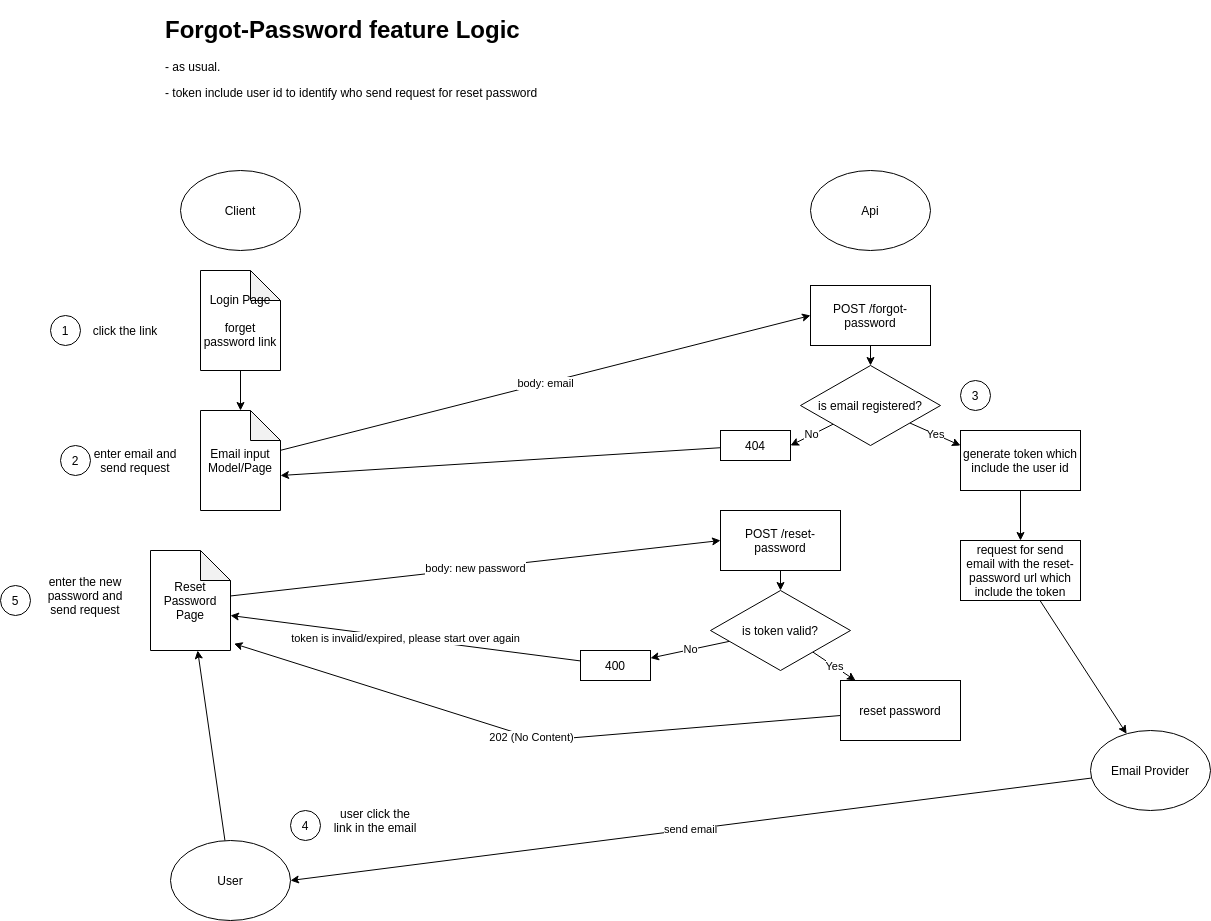
Earlier version of the draw.io export Forget_Password_Feature_Logic.PNG (stsiwo/sts_blogs). Source tidied: cells renumbered, new cells last; positions are measured from the earlier drawing's top-left corner, leaving out a move shared by most shapes. Its diagram source:
```xml
<mxGraphModel>
  <root>
    <mxCell id="0" />
    <mxCell id="1" parent="0" />
    <mxCell id="2" value="&lt;h1&gt;Forgot-Password feature Logic&lt;/h1&gt;&lt;p&gt;- as usual.&lt;/p&gt;&lt;p&gt;- token include user id to identify who send request for reset password&lt;/p&gt;" style="text;html=1;strokeColor=none;fillColor=none;spacing=5;spacingTop=-20;whiteSpace=wrap;overflow=hidden;rounded=0;" parent="1" vertex="1">
      <mxGeometry x="160" width="400" height="120" as="geometry" />
    </mxCell>
    <mxCell id="3" value="Client" style="ellipse;whiteSpace=wrap;html=1;" parent="1" vertex="1">
      <mxGeometry x="180" y="160" width="120" height="80" as="geometry" />
    </mxCell>
    <mxCell id="4" value="Api" style="ellipse;whiteSpace=wrap;html=1;" parent="1" vertex="1">
      <mxGeometry x="810" y="160" width="120" height="80" as="geometry" />
    </mxCell>
    <mxCell id="5" style="edgeStyle=orthogonalEdgeStyle;rounded=0;jettySize=auto;html=1;" parent="1" edge="1" source="6" target="8">
      <mxGeometry relative="1" as="geometry" />
    </mxCell>
    <mxCell id="6" value="Login Page&lt;br&gt;&lt;br&gt;forget password link" style="shape=note;whiteSpace=wrap;html=1;backgroundOutline=1;darkOpacity=0.05;" parent="1" vertex="1">
      <mxGeometry x="200" y="260" width="80" height="100" as="geometry" />
    </mxCell>
    <mxCell id="7" value="body: email" style="rounded=0;jettySize=auto;html=1;entryX=0;entryY=0.5;entryDx=0;entryDy=0;" parent="1" edge="1" source="8" target="14">
      <mxGeometry relative="1" as="geometry" />
    </mxCell>
    <mxCell id="8" value="Email input Model/Page" style="shape=note;whiteSpace=wrap;html=1;backgroundOutline=1;darkOpacity=0.05;" parent="1" vertex="1">
      <mxGeometry x="200" y="400" width="80" height="100" as="geometry" />
    </mxCell>
    <mxCell id="9" value="1" style="ellipse;whiteSpace=wrap;html=1;" parent="1" vertex="1">
      <mxGeometry x="50" y="305" width="30" height="30" as="geometry" />
    </mxCell>
    <mxCell id="10" value="click the link" style="text;html=1;strokeColor=none;fillColor=none;align=center;verticalAlign=middle;whiteSpace=wrap;rounded=0;" parent="1" vertex="1">
      <mxGeometry x="80" y="310" width="90" height="20" as="geometry" />
    </mxCell>
    <mxCell id="11" value="2" style="ellipse;whiteSpace=wrap;html=1;" parent="1" vertex="1">
      <mxGeometry x="60" y="435" width="30" height="30" as="geometry" />
    </mxCell>
    <mxCell id="12" value="enter email and send request" style="text;html=1;strokeColor=none;fillColor=none;align=center;verticalAlign=middle;whiteSpace=wrap;rounded=0;" parent="1" vertex="1">
      <mxGeometry x="90" y="440" width="90" height="20" as="geometry" />
    </mxCell>
    <mxCell id="13" style="edgeStyle=none;rounded=0;jettySize=auto;html=1;" parent="1" edge="1" source="14" target="17">
      <mxGeometry relative="1" as="geometry" />
    </mxCell>
    <mxCell id="14" value="POST /forgot-password" style="rounded=0;whiteSpace=wrap;html=1;" parent="1" vertex="1">
      <mxGeometry x="810" y="275" width="120" height="60" as="geometry" />
    </mxCell>
    <mxCell id="15" value="No" style="edgeStyle=none;rounded=0;jettySize=auto;html=1;entryX=1;entryY=0.5;entryDx=0;entryDy=0;" parent="1" edge="1" source="17" target="19">
      <mxGeometry relative="1" as="geometry" />
    </mxCell>
    <mxCell id="16" value="Yes" style="edgeStyle=none;rounded=0;jettySize=auto;html=1;entryX=0;entryY=0.25;entryDx=0;entryDy=0;" parent="1" edge="1" source="17" target="21">
      <mxGeometry relative="1" as="geometry" />
    </mxCell>
    <mxCell id="17" value="is email registered?" style="rhombus;whiteSpace=wrap;html=1;" parent="1" vertex="1">
      <mxGeometry x="800" y="355" width="140" height="80" as="geometry" />
    </mxCell>
    <mxCell id="18" style="edgeStyle=none;rounded=0;jettySize=auto;html=1;entryX=0;entryY=0;entryDx=80;entryDy=65;entryPerimeter=0;" parent="1" edge="1" source="19" target="8">
      <mxGeometry relative="1" as="geometry" />
    </mxCell>
    <mxCell id="19" value="404" style="rounded=0;whiteSpace=wrap;html=1;" parent="1" vertex="1">
      <mxGeometry x="720" y="420" width="70" height="30" as="geometry" />
    </mxCell>
    <mxCell id="20" style="edgeStyle=none;rounded=0;jettySize=auto;html=1;" parent="1" edge="1" source="21" target="23">
      <mxGeometry relative="1" as="geometry" />
    </mxCell>
    <mxCell id="21" value="generate token which include the user id" style="rounded=0;whiteSpace=wrap;html=1;" parent="1" vertex="1">
      <mxGeometry x="960" y="420" width="120" height="60" as="geometry" />
    </mxCell>
    <mxCell id="22" style="edgeStyle=none;rounded=0;jettySize=auto;html=1;" parent="1" edge="1" source="23" target="25">
      <mxGeometry relative="1" as="geometry" />
    </mxCell>
    <mxCell id="23" value="request for send email with the reset-password url which include the token" style="rounded=0;whiteSpace=wrap;html=1;" parent="1" vertex="1">
      <mxGeometry x="960" y="530" width="120" height="60" as="geometry" />
    </mxCell>
    <mxCell id="24" value="send email" style="edgeStyle=none;rounded=0;jettySize=auto;html=1;entryX=1;entryY=0.5;entryDx=0;entryDy=0;" parent="1" edge="1" source="25" target="27">
      <mxGeometry relative="1" as="geometry" />
    </mxCell>
    <mxCell id="25" value="Email Provider" style="ellipse;whiteSpace=wrap;html=1;" parent="1" vertex="1">
      <mxGeometry x="1090" y="720" width="120" height="80" as="geometry" />
    </mxCell>
    <mxCell id="26" style="edgeStyle=none;rounded=0;jettySize=auto;html=1;" parent="1" edge="1" source="27" target="29">
      <mxGeometry relative="1" as="geometry" />
    </mxCell>
    <mxCell id="27" value="User" style="ellipse;whiteSpace=wrap;html=1;" parent="1" vertex="1">
      <mxGeometry x="170" y="830" width="120" height="80" as="geometry" />
    </mxCell>
    <mxCell id="28" value="body: new password" style="edgeStyle=none;rounded=0;jettySize=auto;html=1;entryX=0;entryY=0.5;entryDx=0;entryDy=0;" parent="1" edge="1" source="29" target="36">
      <mxGeometry relative="1" as="geometry" />
    </mxCell>
    <mxCell id="29" value="Reset Password Page" style="shape=note;whiteSpace=wrap;html=1;backgroundOutline=1;darkOpacity=0.05;" parent="1" vertex="1">
      <mxGeometry x="150" y="540" width="80" height="100" as="geometry" />
    </mxCell>
    <mxCell id="30" value="3" style="ellipse;whiteSpace=wrap;html=1;" parent="1" vertex="1">
      <mxGeometry x="960" y="370" width="30" height="30" as="geometry" />
    </mxCell>
    <mxCell id="31" value="4" style="ellipse;whiteSpace=wrap;html=1;" parent="1" vertex="1">
      <mxGeometry x="290" y="800" width="30" height="30" as="geometry" />
    </mxCell>
    <mxCell id="32" value="user click the link in the email" style="text;html=1;strokeColor=none;fillColor=none;align=center;verticalAlign=middle;whiteSpace=wrap;rounded=0;" parent="1" vertex="1">
      <mxGeometry x="330" y="800" width="90" height="20" as="geometry" />
    </mxCell>
    <mxCell id="33" value="5" style="ellipse;whiteSpace=wrap;html=1;" parent="1" vertex="1">
      <mxGeometry y="575" width="30" height="30" as="geometry" />
    </mxCell>
    <mxCell id="34" value="enter the new password and send request" style="text;html=1;strokeColor=none;fillColor=none;align=center;verticalAlign=middle;whiteSpace=wrap;rounded=0;" parent="1" vertex="1">
      <mxGeometry x="40" y="575" width="90" height="20" as="geometry" />
    </mxCell>
    <mxCell id="35" style="edgeStyle=none;rounded=0;jettySize=auto;html=1;" parent="1" edge="1" source="36" target="39">
      <mxGeometry relative="1" as="geometry" />
    </mxCell>
    <mxCell id="36" value="POST /reset-password" style="rounded=0;whiteSpace=wrap;html=1;" parent="1" vertex="1">
      <mxGeometry x="720" y="500" width="120" height="60" as="geometry" />
    </mxCell>
    <mxCell id="37" value="No" style="edgeStyle=none;rounded=0;jettySize=auto;html=1;" parent="1" edge="1" source="39" target="41">
      <mxGeometry relative="1" as="geometry" />
    </mxCell>
    <mxCell id="38" value="Yes" style="edgeStyle=none;rounded=0;jettySize=auto;html=1;" parent="1" edge="1" source="39" target="43">
      <mxGeometry relative="1" as="geometry" />
    </mxCell>
    <mxCell id="39" value="is token valid?" style="rhombus;whiteSpace=wrap;html=1;" parent="1" vertex="1">
      <mxGeometry x="710" y="580" width="140" height="80" as="geometry" />
    </mxCell>
    <mxCell id="40" value="token is invalid/expired, please start over again" style="edgeStyle=none;rounded=0;jettySize=auto;html=1;entryX=0;entryY=0;entryDx=80;entryDy=65;entryPerimeter=0;" parent="1" edge="1" source="41" target="29">
      <mxGeometry relative="1" as="geometry" />
    </mxCell>
    <mxCell id="41" value="400" style="rounded=0;whiteSpace=wrap;html=1;" parent="1" vertex="1">
      <mxGeometry x="580" y="640" width="70" height="30" as="geometry" />
    </mxCell>
    <mxCell id="42" value="202 (No Content)" style="edgeStyle=none;rounded=0;jettySize=auto;html=1;entryX=1.044;entryY=0.932;entryDx=0;entryDy=0;entryPerimeter=0;" parent="1" edge="1" source="43" target="29">
      <mxGeometry relative="1" as="geometry">
        <Array as="points">
          <mxPoint x="540" y="730" />
        </Array>
      </mxGeometry>
    </mxCell>
    <mxCell id="43" value="reset password" style="rounded=0;whiteSpace=wrap;html=1;" parent="1" vertex="1">
      <mxGeometry x="840" y="670" width="120" height="60" as="geometry" />
    </mxCell>
  </root>
</mxGraphModel>
```
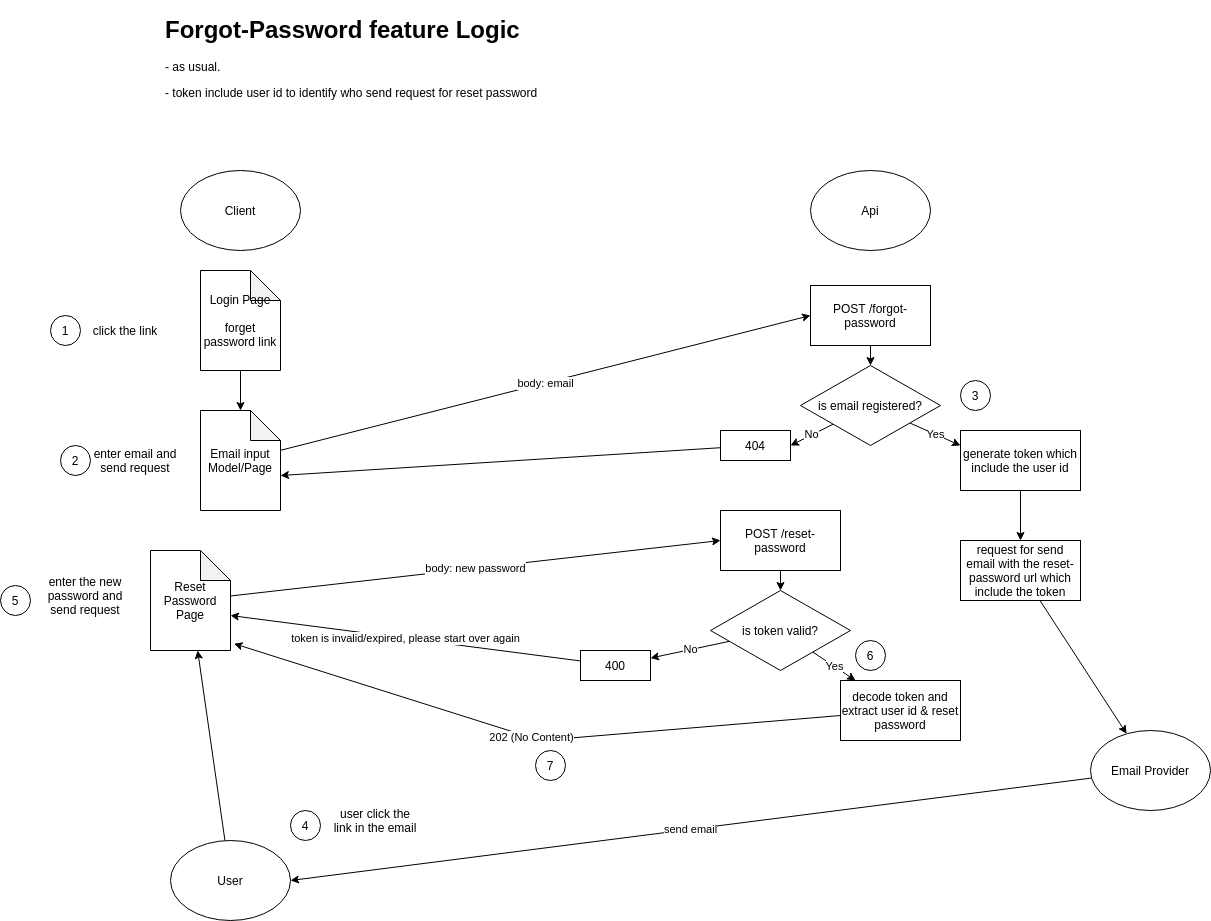
The same file after the commit.

Diff of the diagram source:
```diff
@@ -129,8 +129,14 @@
         </Array>
       </mxGeometry>
     </mxCell>
-    <mxCell id="43" value="reset password" style="rounded=0;whiteSpace=wrap;html=1;" parent="1" vertex="1">
+    <mxCell id="43" value="decode token and extract user id &amp;amp; reset password" style="rounded=0;whiteSpace=wrap;html=1;" parent="1" vertex="1">
       <mxGeometry x="840" y="670" width="120" height="60" as="geometry" />
     </mxCell>
+    <mxCell id="44" value="6" style="ellipse;whiteSpace=wrap;html=1;" parent="1" vertex="1">
+      <mxGeometry x="855" y="630" width="30" height="30" as="geometry" />
+    </mxCell>
+    <mxCell id="45" value="7" style="ellipse;whiteSpace=wrap;html=1;" parent="1" vertex="1">
+      <mxGeometry x="535" y="740" width="30" height="30" as="geometry" />
+    </mxCell>
   </root>
 </mxGraphModel>
```
